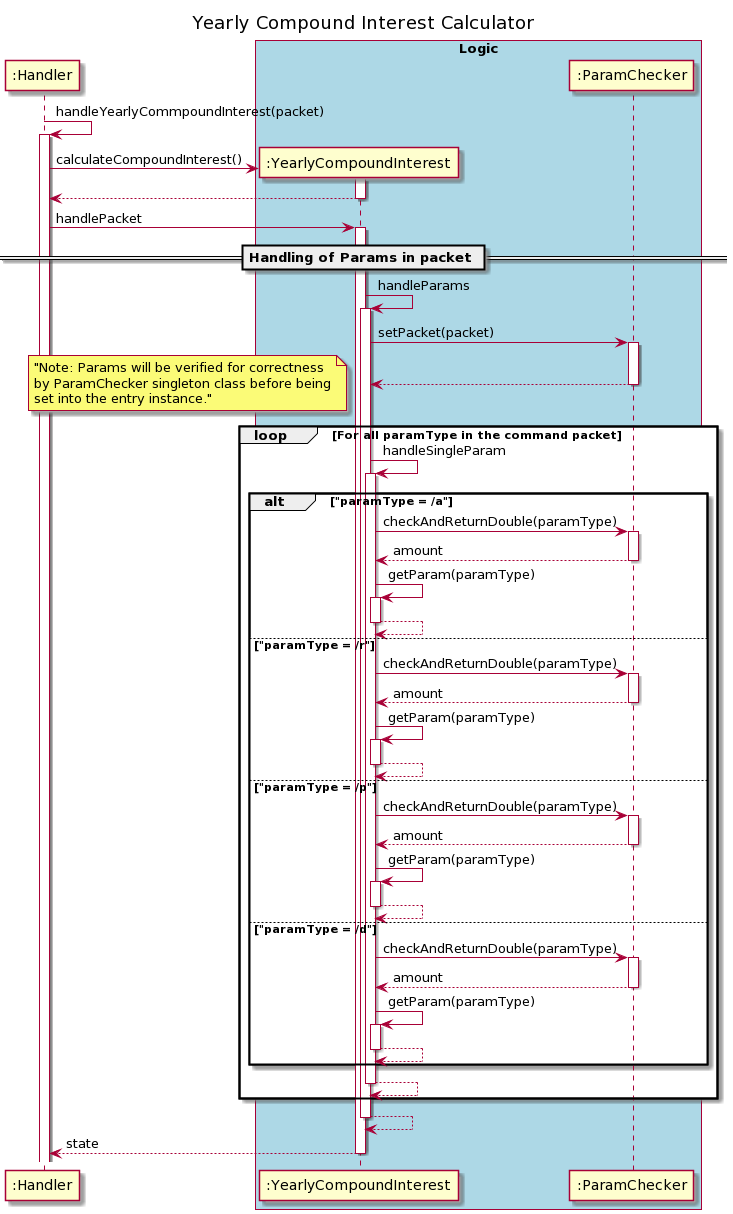
Above: docs/uml_images/financetools/YearlyMonthlyCompoundInterest/YearlyCompoundInterestSequenceDiagram(1).png in nus-cs2113-AY2021S1/tp (PlantUML), before the change.
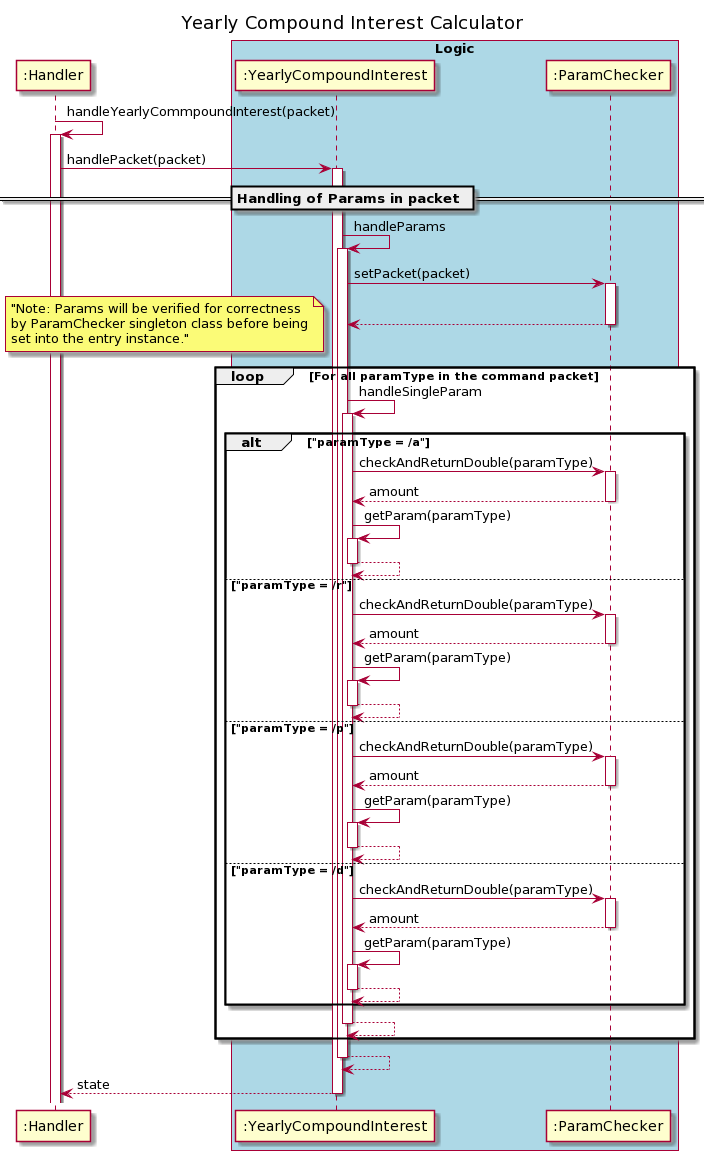
After the commit.

The edit, as a diff of the source:
```diff
@@ -3,11 +3,8 @@
 autoactivate on
 
 ":Handler" ->":Handler": handleYearlyCommpoundInterest(packet)
-    create ":YearlyCompoundInterest"
-   ":Handler"-> ":YearlyCompoundInterest" : calculateCompoundInterest()
-    return
 
-   ":Handler"-> ":YearlyCompoundInterest" : handlePacket
+   ":Handler"-> ":YearlyCompoundInterest" : handlePacket(packet)
 
         == Handling of Params in packet ==
         ":YearlyCompoundInterest" -> ":YearlyCompoundInterest" : handleParams
```
